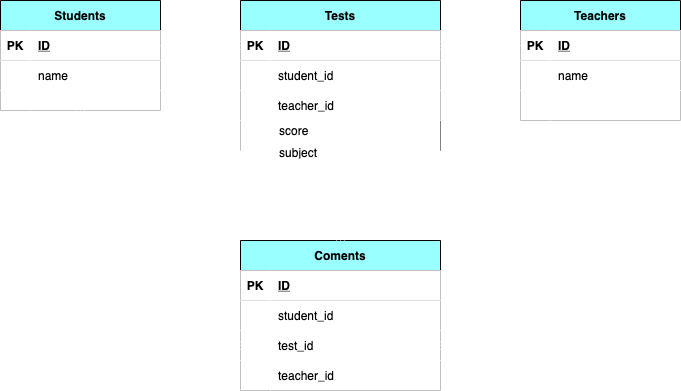
Above: index.png in mogpon/coachtech0516 (draw.io), before the change. Source tidied: cells renumbered, new cells last; positions are measured from the earlier drawing's top-left corner, leaving out a move shared by most shapes.
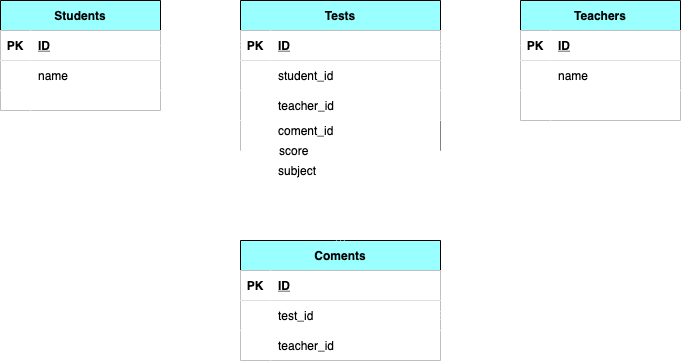
After the commit.

What changed in the source:
```diff
@@ -93,7 +93,7 @@
       <mxGeometry x="30" width="130" height="30" as="geometry" />
     </mxCell>
     <mxCell id="32" value="Coments" style="shape=table;startSize=30;rowLines=0;fontStyle=1;align=center;labelBackgroundColor=none;labelBorderColor=none;fillColor=#99FFFF;fontColor=#000000;strokeColor=#000000;" parent="1" vertex="1">
-      <mxGeometry x="240" y="240" width="200" height="150" as="geometry" />
+      <mxGeometry x="240" y="240" width="200" height="120" as="geometry" />
     </mxCell>
     <mxCell id="33" style="shape=partialRectangle;top=0;left=0;bottom=1;right=0;labelBackgroundColor=none;labelBorderColor=none;fillColor=#FFFFFF;fontColor=#000000;strokeColor=#000000;" parent="32" vertex="1">
       <mxGeometry y="30" width="200" height="30" as="geometry" />
@@ -104,17 +104,8 @@
     <mxCell id="35" value="ID" style="shape=partialRectangle;top=0;left=0;bottom=0;right=0;align=left;spacingLeft=6;fontStyle=5;overflow=hidden;labelBackgroundColor=none;labelBorderColor=none;fillColor=#FFFFFF;fontColor=#000000;strokeColor=#000000;" parent="33" vertex="1">
       <mxGeometry x="30" width="170" height="30" as="geometry" />
     </mxCell>
-    <mxCell id="36" style="shape=partialRectangle;top=0;left=0;bottom=0;right=0;labelBackgroundColor=none;labelBorderColor=none;fillColor=#FFFFFF;fontColor=#000000;strokeColor=#000000;" parent="32" vertex="1">
-      <mxGeometry y="60" width="200" height="30" as="geometry" />
-    </mxCell>
-    <mxCell id="37" style="shape=partialRectangle;top=0;left=0;bottom=0;right=0;overflow=hidden;labelBackgroundColor=none;labelBorderColor=none;fillColor=#FFFFFF;fontColor=#000000;strokeColor=#000000;" parent="36" vertex="1">
-      <mxGeometry width="30" height="30" as="geometry" />
-    </mxCell>
-    <mxCell id="38" value="student_id" style="shape=partialRectangle;top=0;left=0;bottom=0;right=0;align=left;spacingLeft=6;overflow=hidden;labelBackgroundColor=none;labelBorderColor=none;fillColor=#FFFFFF;fontColor=#000000;strokeColor=#000000;" parent="36" vertex="1">
-      <mxGeometry x="30" width="170" height="30" as="geometry" />
-    </mxCell>
     <mxCell id="39" style="shape=partialRectangle;top=0;left=0;bottom=0;right=0;points=[[0,0.5],[1,0.5]];portConstraint=eastwest;labelBackgroundColor=none;labelBorderColor=none;fillColor=#FFFFFF;fontColor=#000000;strokeColor=#000000;" parent="32" vertex="1">
-      <mxGeometry y="90" width="200" height="30" as="geometry" />
+      <mxGeometry y="60" width="200" height="30" as="geometry" />
     </mxCell>
     <mxCell id="40" style="shape=partialRectangle;top=0;left=0;bottom=0;right=0;overflow=hidden;labelBackgroundColor=none;labelBorderColor=none;fillColor=#FFFFFF;fontColor=#000000;strokeColor=#000000;" parent="39" vertex="1">
       <mxGeometry width="30" height="30" as="geometry" />
@@ -123,7 +114,7 @@
       <mxGeometry x="30" width="170" height="30" as="geometry" />
     </mxCell>
     <mxCell id="42" style="shape=partialRectangle;top=0;left=0;bottom=0;right=0;labelBackgroundColor=none;labelBorderColor=none;fillColor=#FFFFFF;fontColor=#000000;strokeColor=#000000;" parent="32" vertex="1">
-      <mxGeometry y="120" width="200" height="30" as="geometry" />
+      <mxGeometry y="90" width="200" height="30" as="geometry" />
     </mxCell>
     <mxCell id="43" style="shape=partialRectangle;top=0;left=0;bottom=0;right=0;overflow=hidden;labelBackgroundColor=none;labelBorderColor=none;fillColor=#FFFFFF;fontColor=#000000;strokeColor=#000000;" parent="42" vertex="1">
       <mxGeometry width="30" height="30" as="geometry" />
@@ -132,13 +123,13 @@
       <mxGeometry x="30" width="170" height="30" as="geometry" />
     </mxCell>
     <mxCell id="45" style="shape=partialRectangle;top=0;left=0;bottom=0;right=0;labelBackgroundColor=none;labelBorderColor=none;fillColor=#FFFFFF;fontColor=#000000;strokeColor=#000000;" parent="1" vertex="1">
-      <mxGeometry x="240" y="120" width="200" height="50" as="geometry" />
+      <mxGeometry x="240" y="120" width="200" height="70" as="geometry" />
     </mxCell>
     <mxCell id="46" style="shape=partialRectangle;top=0;left=0;bottom=0;right=0;overflow=hidden;labelBackgroundColor=none;labelBorderColor=none;fillColor=#FFFFFF;fontColor=#000000;strokeColor=#000000;" parent="45" vertex="1">
-      <mxGeometry width="34.1" height="50" as="geometry" />
+      <mxGeometry width="34.1" height="70" as="geometry" />
     </mxCell>
     <mxCell id="47" value="subject" style="shape=partialRectangle;top=0;left=0;bottom=0;right=0;align=left;spacingLeft=6;overflow=hidden;labelBackgroundColor=none;labelBorderColor=none;fillColor=#FFFFFF;fontColor=#000000;strokeColor=#000000;" parent="45" vertex="1">
-      <mxGeometry x="31.1" y="23.9" width="165.9" height="14.3" as="geometry" />
+      <mxGeometry x="30" y="40" width="165.9" height="20" as="geometry" />
     </mxCell>
     <mxCell id="48" style="fontSize=12;html=1;endArrow=ERoneToMany;startArrow=ERmandOne;exitX=1;exitY=0.5;exitDx=0;exitDy=0;entryX=0;entryY=0.5;entryDx=0;entryDy=0;labelBackgroundColor=none;labelBorderColor=none;fillColor=#FFFFFF;fontColor=#000000;strokeColor=#FFFFFF;" parent="1" edge="1" source="3" target="13">
       <mxGeometry relative="1" as="geometry" />
@@ -146,25 +137,24 @@
     <mxCell id="49" style="fontSize=12;html=1;endArrow=ERoneToMany;startArrow=ERmandOne;exitX=0;exitY=0.5;exitDx=0;exitDy=0;entryX=1;entryY=0.5;entryDx=0;entryDy=0;labelBackgroundColor=none;labelBorderColor=none;fillColor=#FFFFFF;fontColor=#FFFFFF;strokeColor=#FFFFFF;" parent="1" edge="1" source="23" target="13">
       <mxGeometry relative="1" as="geometry" />
     </mxCell>
-    <mxCell id="50" style="fontSize=12;html=1;endArrow=ERoneToMany;startArrow=ERoneToMany;entryX=0.5;entryY=1;entryDx=0;entryDy=0;exitX=0.5;exitY=0;exitDx=0;exitDy=0;labelBackgroundColor=none;labelBorderColor=none;fillColor=#FFFFFF;fontColor=#000000;strokeColor=#FFFFFF;" parent="1" edge="1" source="32" target="12">
-      <mxGeometry relative="1" as="geometry" />
+    <mxCell id="50" style="fontSize=12;html=1;endArrow=ERoneToMany;startArrow=ERoneToMany;exitX=0.5;exitY=0;exitDx=0;exitDy=0;labelBackgroundColor=none;labelBorderColor=none;fillColor=#FFFFFF;fontColor=#000000;strokeColor=#FFFFFF;" parent="1" edge="1" source="32">
+      <mxGeometry relative="1" as="geometry">
+        <mxPoint x="340" y="190" as="targetPoint" />
+      </mxGeometry>
     </mxCell>
     <mxCell id="51" style="edgeStyle=elbowEdgeStyle;fontSize=12;html=1;endArrow=ERoneToMany;startArrow=ERmandOne;exitX=0.481;exitY=1.067;exitDx=0;exitDy=0;exitPerimeter=0;elbow=vertical;entryX=1;entryY=0.5;entryDx=0;entryDy=0;labelBackgroundColor=none;labelBorderColor=none;fillColor=#FFFFFF;fontColor=#000000;strokeColor=#FFFFFF;" parent="1" edge="1" source="29" target="39">
       <mxGeometry relative="1" as="geometry">
         <Array as="points">
+          <mxPoint x="520" y="315" />
           <mxPoint x="520" y="345" />
         </Array>
       </mxGeometry>
     </mxCell>
-    <mxCell id="52" style="edgeStyle=elbowEdgeStyle;rounded=0;jettySize=auto;elbow=vertical;html=1;startArrow=ERoneToMany;startFill=0;endArrow=ERoneToMany;endFill=0;entryX=0.5;entryY=1;entryDx=0;entryDy=0;labelBackgroundColor=none;labelBorderColor=none;fillColor=#FFFFFF;fontColor=#000000;strokeColor=#FFFFFF;" parent="1" edge="1" source="39" target="2">
-      <mxGeometry relative="1" as="geometry">
-        <Array as="points">
-          <mxPoint x="100" y="345" />
-        </Array>
-      </mxGeometry>
-    </mxCell>
     <mxCell id="53" value="score" style="shape=partialRectangle;top=0;left=0;bottom=0;right=0;align=left;spacingLeft=6;overflow=hidden;labelBackgroundColor=none;labelBorderColor=none;fillColor=#FFFFFF;fontColor=#000000;strokeColor=#000000;" parent="1" vertex="1">
-      <mxGeometry x="271.1" y="120" width="165.9" height="20" as="geometry" />
+      <mxGeometry x="271.1" y="140" width="165.9" height="20" as="geometry" />
     </mxCell>
+    <mxCell id="54" value="coment_id" style="shape=partialRectangle;top=0;left=0;bottom=0;right=0;align=left;spacingLeft=6;overflow=hidden;labelBackgroundColor=none;labelBorderColor=none;fillColor=#FFFFFF;fontColor=#000000;strokeColor=#000000;" parent="1" vertex="1">
+      <mxGeometry x="270" y="120" width="165.9" height="20" as="geometry" />
+    </mxCell>
   </root>
 </mxGraphModel>
```
